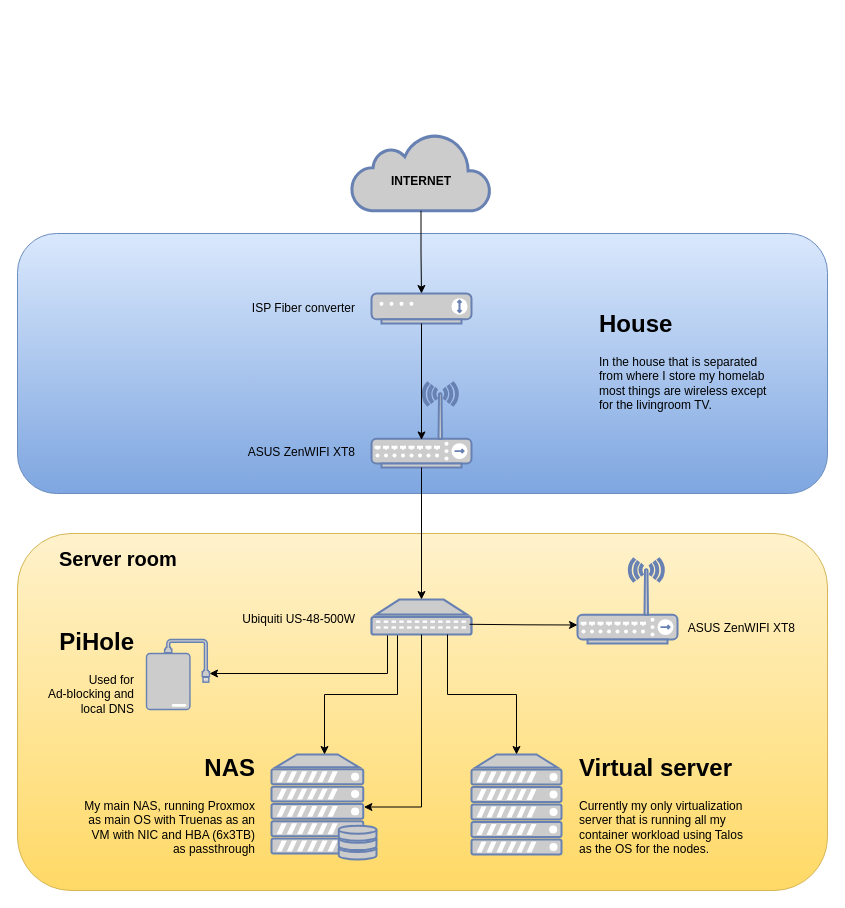
Above: assets/network-2025.drawio in wollbro/homelab (draw.io), before the change. Source tidied: cells renumbered, new cells numbered last; positions are measured from the earlier drawing's top-left corner, leaving out a move shared by most shapes. Both pictures are drawn from the tidied source at 100%, with x=0, y=0 at pixel (17, 133).
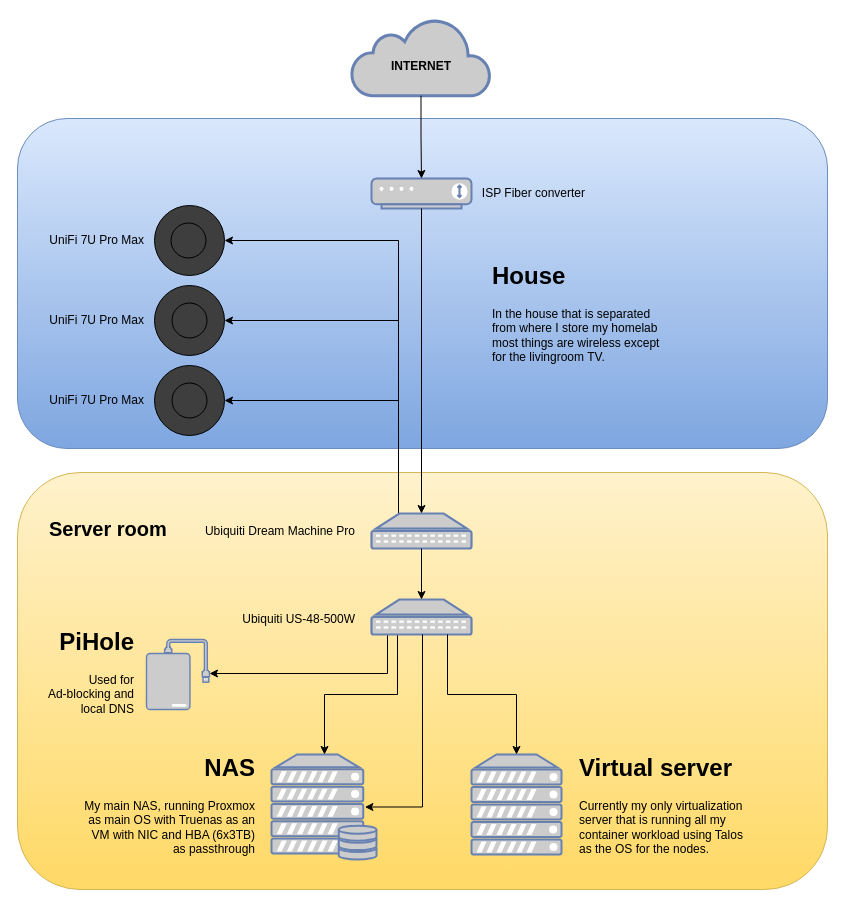
The same page after the edit.

The change refers to these unchanged cells:
```xml
<mxCell id="5" style="fontColor=#0066CC;verticalAlign=top;verticalLabelPosition=bottom;labelPosition=center;align=center;html=1;outlineConnect=0;fillColor=#CCCCCC;strokeColor=#6881B3;gradientColor=none;gradientDirection=north;strokeWidth=2;shape=mxgraph.networks.server_storage;" parent="1" vertex="1">
  <mxGeometry x="254" y="621" width="105" height="105" as="geometry" />
</mxCell>
<mxCell id="10" style="fontColor=#0066CC;verticalAlign=top;verticalLabelPosition=bottom;labelPosition=center;align=center;html=1;outlineConnect=0;fillColor=#CCCCCC;strokeColor=#6881B3;gradientColor=none;gradientDirection=north;strokeWidth=2;shape=mxgraph.networks.patch_panel;" parent="1" vertex="1">
  <mxGeometry x="354" y="466" width="100" height="35" as="geometry" />
</mxCell>
```

The edit, as a diff of the source:
```diff
@@
     <mxCell id="2" style="rounded=1;whiteSpace=wrap;html=1;fillColor=#dae8fc;gradientColor=#7ea6e0;strokeColor=#6c8ebf;" parent="1" vertex="1">
-      <mxGeometry y="100" width="810" height="260" as="geometry" />
+      <mxGeometry y="-15" width="810" height="330" as="geometry" />
     </mxCell>
     <mxCell id="3" style="rounded=1;whiteSpace=wrap;html=1;fillColor=#fff2cc;gradientColor=#ffd966;strokeColor=#d6b656;" parent="1" vertex="1">
-      <mxGeometry y="400" width="810" height="357" as="geometry" />
+      <mxGeometry y="339" width="810" height="417" as="geometry" />
     </mxCell>
@@
-    <mxCell id="6" style="fontColor=#0066CC;verticalAlign=top;verticalLabelPosition=bottom;labelPosition=center;align=center;html=1;outlineConnect=0;fillColor=#CCCCCC;strokeColor=#6881B3;gradientColor=none;gradientDirection=north;strokeWidth=2;shape=mxgraph.networks.wireless_hub;" parent="1" vertex="1">
-      <mxGeometry x="354" y="249" width="100" height="85" as="geometry" />
-    </mxCell>
-    <mxCell id="7" style="fontColor=#0066CC;verticalAlign=top;verticalLabelPosition=bottom;labelPosition=center;align=center;html=1;fillColor=#CCCCCC;strokeColor=#6881B3;gradientColor=none;gradientDirection=north;strokeWidth=2;shape=mxgraph.networks.wireless_hub;" parent="1" vertex="1">
-      <mxGeometry x="560" y="425" width="100" height="85" as="geometry" />
-    </mxCell>
@@
-    <mxCell id="12" style="edgeStyle=orthogonalEdgeStyle;rounded=0;jettySize=auto;html=1;exitX=0.5;exitY=1;exitDx=0;exitDy=0;exitPerimeter=0;entryX=0.5;entryY=0;entryDx=0;entryDy=0;entryPerimeter=0;" parent="1" edge="1" source="6" target="10">
-      <mxGeometry relative="1" as="geometry" />
-    </mxCell>
-    <mxCell id="13" style="edgeStyle=orthogonalEdgeStyle;rounded=0;orthogonalLoop=1;jettySize=auto;html=1;exitX=0.98;exitY=0.51;exitDx=0;exitDy=0;exitPerimeter=0;entryX=0;entryY=0.7;entryDx=0;entryDy=0;entryPerimeter=0;" parent="1" edge="1">
-      <mxGeometry relative="1" as="geometry">
-        <mxPoint x="452" y="490.8" as="sourcePoint" />
-        <mxPoint x="560" y="491.5" as="targetPoint" />
-      </mxGeometry>
-    </mxCell>
-    <mxCell id="14" value="ASUS ZenWIFI XT8" style="text;html=1;align=right;verticalAlign=middle;whiteSpace=wrap;rounded=0;" parent="1" vertex="1">
-      <mxGeometry x="230" y="304" width="110" height="30" as="geometry" />
-    </mxCell>
-    <mxCell id="15" value="ASUS ZenWIFI XT8" style="text;html=1;align=right;verticalAlign=middle;whiteSpace=wrap;rounded=0;" parent="1" vertex="1">
-      <mxGeometry x="670" y="480" width="110" height="30" as="geometry" />
-    </mxCell>
@@
     <mxCell id="19" style="fontColor=#0066CC;verticalAlign=top;verticalLabelPosition=bottom;labelPosition=center;align=center;html=1;outlineConnect=0;fillColor=#CCCCCC;strokeColor=#6881B3;gradientColor=none;gradientDirection=north;strokeWidth=2;shape=mxgraph.networks.modem;" parent="1" vertex="1">
-      <mxGeometry x="354" y="160" width="100" height="30" as="geometry" />
+      <mxGeometry x="354" y="45" width="100" height="30" as="geometry" />
     </mxCell>
     <mxCell id="20" style="group;" parent="1" vertex="1">
-      <mxGeometry x="334" width="139" height="77.2" as="geometry" />
+      <mxGeometry x="334" y="-115" width="139" height="77.2" as="geometry" />
     </mxCell>
@@
-    <mxCell id="24" style="edgeStyle=orthogonalEdgeStyle;rounded=0;jettySize=auto;html=1;entryX=0.5;entryY=0.676;entryDx=0;entryDy=0;entryPerimeter=0;" parent="1" edge="1" source="19" target="6">
-      <mxGeometry relative="1" as="geometry" />
-    </mxCell>
     <mxCell id="25" value="ISP Fiber converter" style="text;html=1;align=right;verticalAlign=middle;whiteSpace=wrap;rounded=0;" parent="1" vertex="1">
-      <mxGeometry x="230" y="160" width="110" height="30" as="geometry" />
+      <mxGeometry x="460" y="45" width="110" height="30" as="geometry" />
     </mxCell>
     <mxCell id="26" value="Server room" style="text;html=1;align=left;verticalAlign=middle;whiteSpace=wrap;rounded=0;fontStyle=1;fontSize=20;" parent="1" vertex="1">
-      <mxGeometry x="40" y="410" width="130" height="30" as="geometry" />
+      <mxGeometry x="30" y="380" width="130" height="30" as="geometry" />
     </mxCell>
@@
     <mxCell id="29" value="&lt;h1 style=&quot;margin-top: 0px;&quot;&gt;House&lt;/h1&gt;&lt;p&gt;In the house that is separated from where I store my homelab most things are wireless except for the livingroom TV.&lt;/p&gt;" style="text;html=1;whiteSpace=wrap;overflow=hidden;rounded=0;" parent="1" vertex="1">
-      <mxGeometry x="580" y="170" width="180" height="120" as="geometry" />
+      <mxGeometry x="473" y="122" width="180" height="120" as="geometry" />
     </mxCell>
-    <mxCell id="30" style="edgeStyle=orthogonalEdgeStyle;rounded=0;jettySize=auto;html=1;exitX=0.5;exitY=1;exitDx=0;exitDy=0;exitPerimeter=0;entryX=0.88;entryY=0.5;entryDx=0;entryDy=0;entryPerimeter=0;" parent="1" edge="1" source="10" target="5">
-      <mxGeometry relative="1" as="geometry">
-        <Array as="points">
-          <mxPoint x="404" y="674" />
-        </Array>
-      </mxGeometry>
-    </mxCell>
+    <mxCell id="31" style="edgeStyle=orthogonalEdgeStyle;rounded=0;jettySize=auto;html=1;exitX=0.27;exitY=0;exitDx=0;exitDy=0;exitPerimeter=0;entryX=1;entryY=0.5;entryDx=0;entryDy=0;" parent="1" edge="1" source="34" target="39">
+      <mxGeometry relative="1" as="geometry" />
+    </mxCell>
+    <mxCell id="32" style="edgeStyle=orthogonalEdgeStyle;rounded=0;jettySize=auto;html=1;exitX=0.27;exitY=0;exitDx=0;exitDy=0;exitPerimeter=0;entryX=1;entryY=0.5;entryDx=0;entryDy=0;" parent="1" edge="1" source="34" target="47">
+      <mxGeometry relative="1" as="geometry" />
+    </mxCell>
+    <mxCell id="33" style="edgeStyle=orthogonalEdgeStyle;rounded=0;jettySize=auto;html=1;exitX=0.27;exitY=0;exitDx=0;exitDy=0;exitPerimeter=0;entryX=1;entryY=0.5;entryDx=0;entryDy=0;" parent="1" edge="1" source="34" target="43">
+      <mxGeometry relative="1" as="geometry" />
+    </mxCell>
+    <mxCell id="34" style="fontColor=#0066CC;verticalAlign=top;verticalLabelPosition=bottom;labelPosition=center;align=center;html=1;outlineConnect=0;fillColor=#CCCCCC;strokeColor=#6881B3;gradientColor=none;gradientDirection=north;strokeWidth=2;shape=mxgraph.networks.patch_panel;" parent="1" vertex="1">
+      <mxGeometry x="354" y="380" width="100" height="35" as="geometry" />
+    </mxCell>
+    <mxCell id="35" value="Ubiquiti Dream Machine Pro" style="text;html=1;align=right;verticalAlign=middle;whiteSpace=wrap;rounded=0;" parent="1" vertex="1">
+      <mxGeometry x="170" y="382.5" width="170" height="30" as="geometry" />
+    </mxCell>
+    <mxCell id="36" style="edgeStyle=orthogonalEdgeStyle;rounded=0;jettySize=auto;html=1;exitX=0.5;exitY=1;exitDx=0;exitDy=0;exitPerimeter=0;entryX=0.5;entryY=0;entryDx=0;entryDy=0;entryPerimeter=0;" parent="1" edge="1" source="34" target="10">
+      <mxGeometry relative="1" as="geometry" />
+    </mxCell>
+    <mxCell id="37" style="edgeStyle=orthogonalEdgeStyle;rounded=0;jettySize=auto;html=1;entryX=0.5;entryY=0;entryDx=0;entryDy=0;entryPerimeter=0;" parent="1" edge="1" source="19" target="34">
+      <mxGeometry relative="1" as="geometry" />
+    </mxCell>
+    <mxCell id="38" style="group;" parent="1" vertex="1">
+      <mxGeometry x="137" y="152" width="70" height="70" as="geometry" />
+    </mxCell>
+    <mxCell id="39" style="ellipse;whiteSpace=wrap;html=1;fillColor=light-dark(#3E3E3E,#3E3E3E);strokeColor=light-dark(#000000,#6B81AC);" parent="38" vertex="1">
+      <mxGeometry width="70" height="70" as="geometry" />
+    </mxCell>
+    <mxCell id="40" style="ellipse;whiteSpace=wrap;html=1;fillColor=light-dark(#3E3E3E,#3E3E3E);strokeColor=light-dark(#000000,#6B81AC);" parent="38" vertex="1">
+      <mxGeometry x="17.5" y="17.5" width="35" height="35" as="geometry" />
+    </mxCell>
+    <mxCell id="41" value="UniFi 7U Pro Max" style="text;html=1;align=right;verticalAlign=middle;whiteSpace=wrap;rounded=0;" parent="1" vertex="1">
+      <mxGeometry x="30" y="172" width="99" height="30" as="geometry" />
+    </mxCell>
+    <mxCell id="42" style="group;" parent="1" vertex="1">
+      <mxGeometry x="137" y="72" width="70" height="70" as="geometry" />
+    </mxCell>
+    <mxCell id="43" style="ellipse;whiteSpace=wrap;html=1;fillColor=light-dark(#3E3E3E,#3E3E3E);strokeColor=light-dark(#000000,#6B81AC);" parent="42" vertex="1">
+      <mxGeometry width="70" height="70" as="geometry" />
+    </mxCell>
+    <mxCell id="44" style="ellipse;whiteSpace=wrap;html=1;fillColor=light-dark(#3E3E3E,#3E3E3E);strokeColor=light-dark(#000000,#6B81AC);" parent="42" vertex="1">
+      <mxGeometry x="16.5" y="17.5" width="35" height="35" as="geometry" />
+    </mxCell>
+    <mxCell id="45" value="UniFi 7U Pro Max" style="text;html=1;align=right;verticalAlign=middle;whiteSpace=wrap;rounded=0;" parent="1" vertex="1">
+      <mxGeometry x="30" y="92" width="99" height="30" as="geometry" />
+    </mxCell>
+    <mxCell id="46" style="edgeStyle=orthogonalEdgeStyle;rounded=0;orthogonalLoop=1;jettySize=auto;html=1;exitX=0.5;exitY=1;exitDx=0;exitDy=0;exitPerimeter=0;entryX=0.88;entryY=0.5;entryDx=0;entryDy=0;entryPerimeter=0;" parent="1" edge="1">
+      <mxGeometry relative="1" as="geometry">
+        <mxPoint x="405" y="501" as="sourcePoint" />
+        <mxPoint x="347.4" y="673.5" as="targetPoint" />
+        <Array as="points">
+          <mxPoint x="405" y="674" />
+        </Array>
+      </mxGeometry>
+    </mxCell>
+    <mxCell id="47" style="group;" parent="1" vertex="1">
+      <mxGeometry x="137" y="232" width="70" height="70" as="geometry" />
+    </mxCell>
+    <mxCell id="48" style="ellipse;whiteSpace=wrap;html=1;fillColor=light-dark(#3E3E3E,#3E3E3E);strokeColor=light-dark(#000000,#6B81AC);" parent="47" vertex="1">
+      <mxGeometry width="70" height="70" as="geometry" />
+    </mxCell>
+    <mxCell id="49" style="ellipse;whiteSpace=wrap;html=1;fillColor=light-dark(#3E3E3E,#3E3E3E);strokeColor=light-dark(#000000,#6B81AC);" parent="47" vertex="1">
+      <mxGeometry x="17.5" y="17.5" width="35" height="35" as="geometry" />
+    </mxCell>
+    <mxCell id="50" value="UniFi 7U Pro Max" style="text;html=1;align=right;verticalAlign=middle;whiteSpace=wrap;rounded=0;" parent="1" vertex="1">
+      <mxGeometry x="30" y="252" width="99" height="30" as="geometry" />
+    </mxCell>
```
